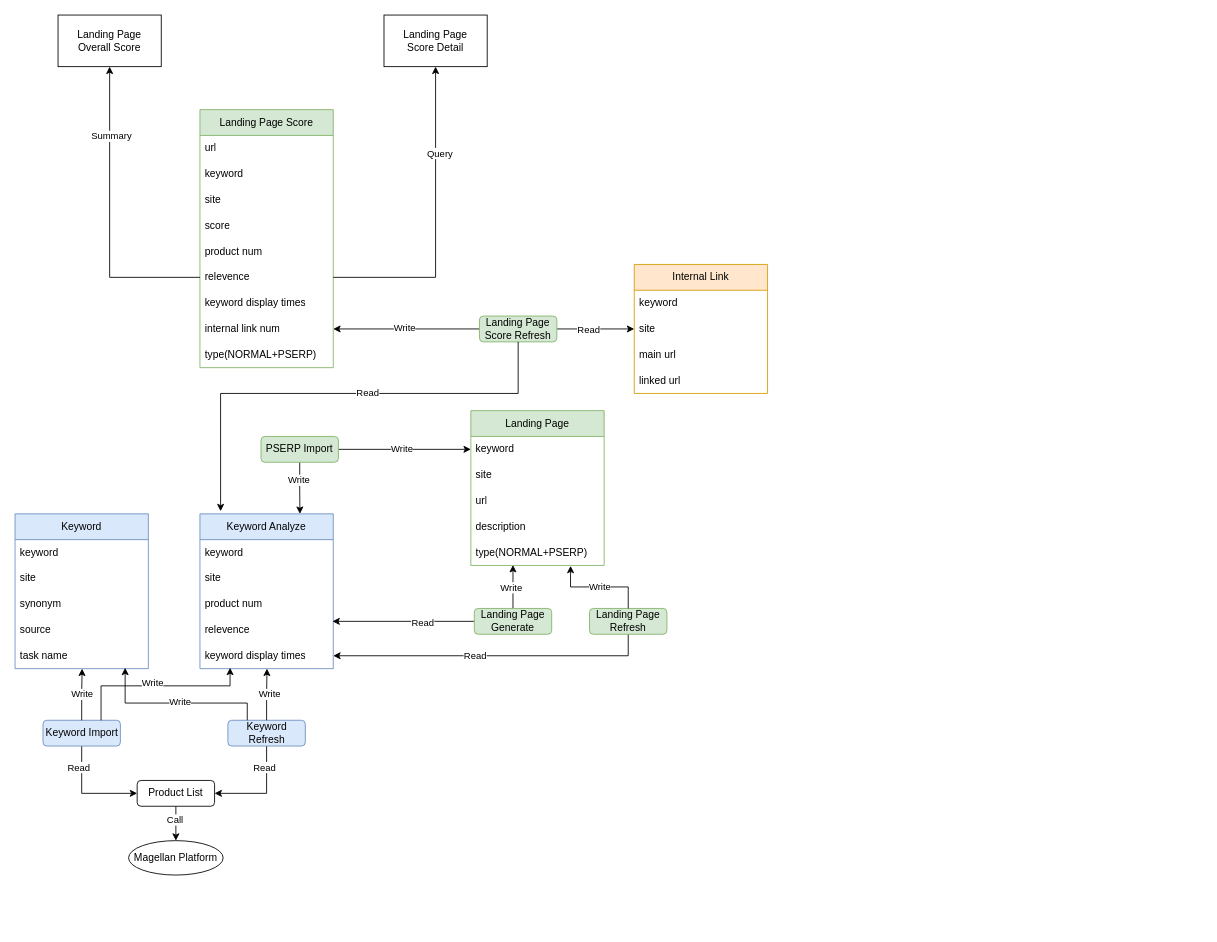
Above: drawio/page_score.drawio in VisableHarry/seo-drawio (draw.io), before the change. Source tidied: cells renumbered, new cells numbered last; positions are measured from the earlier drawing's top-left corner, leaving out a move shared by most shapes. Both pictures are drawn from the tidied source at 86%, with x=0, y=0 at pixel (15, 15).
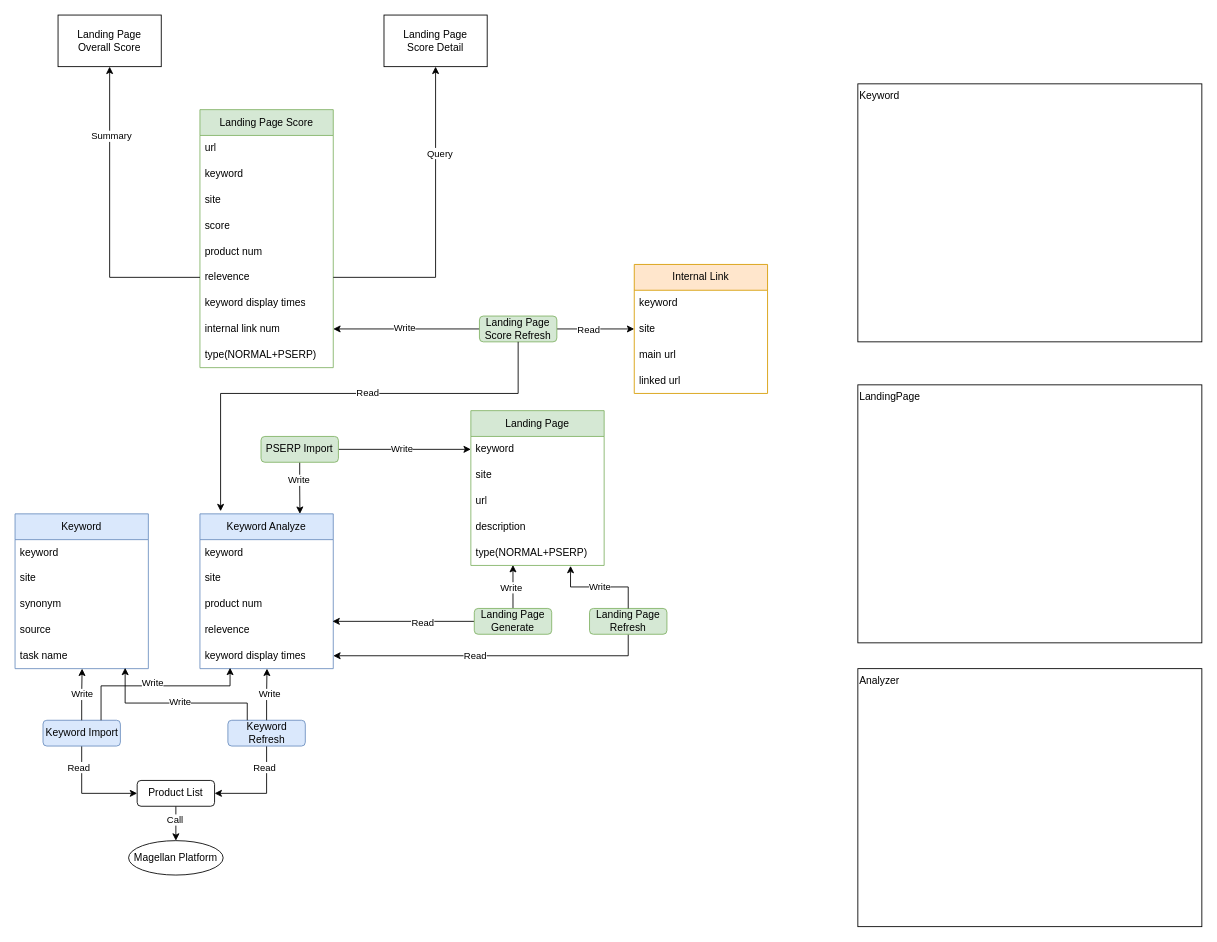
Above is the later version.

The edit, as a diff of the source:
```diff
@@
+    <mxCell id="80" value="Keyword" style="rounded=0;whiteSpace=wrap;html=1;align=left;verticalAlign=top;" parent="1" vertex="1">
+      <mxGeometry x="980" y="80" width="400" height="300" as="geometry" />
+    </mxCell>
+    <mxCell id="81" value="LandingPage" style="rounded=0;whiteSpace=wrap;html=1;align=left;verticalAlign=top;" parent="1" vertex="1">
+      <mxGeometry x="980" y="430" width="400" height="300" as="geometry" />
+    </mxCell>
+    <mxCell id="82" value="Analyzer" style="rounded=0;whiteSpace=wrap;html=1;align=left;verticalAlign=top;" parent="1" vertex="1">
+      <mxGeometry x="980" y="760" width="400" height="300" as="geometry" />
+    </mxCell>
```
